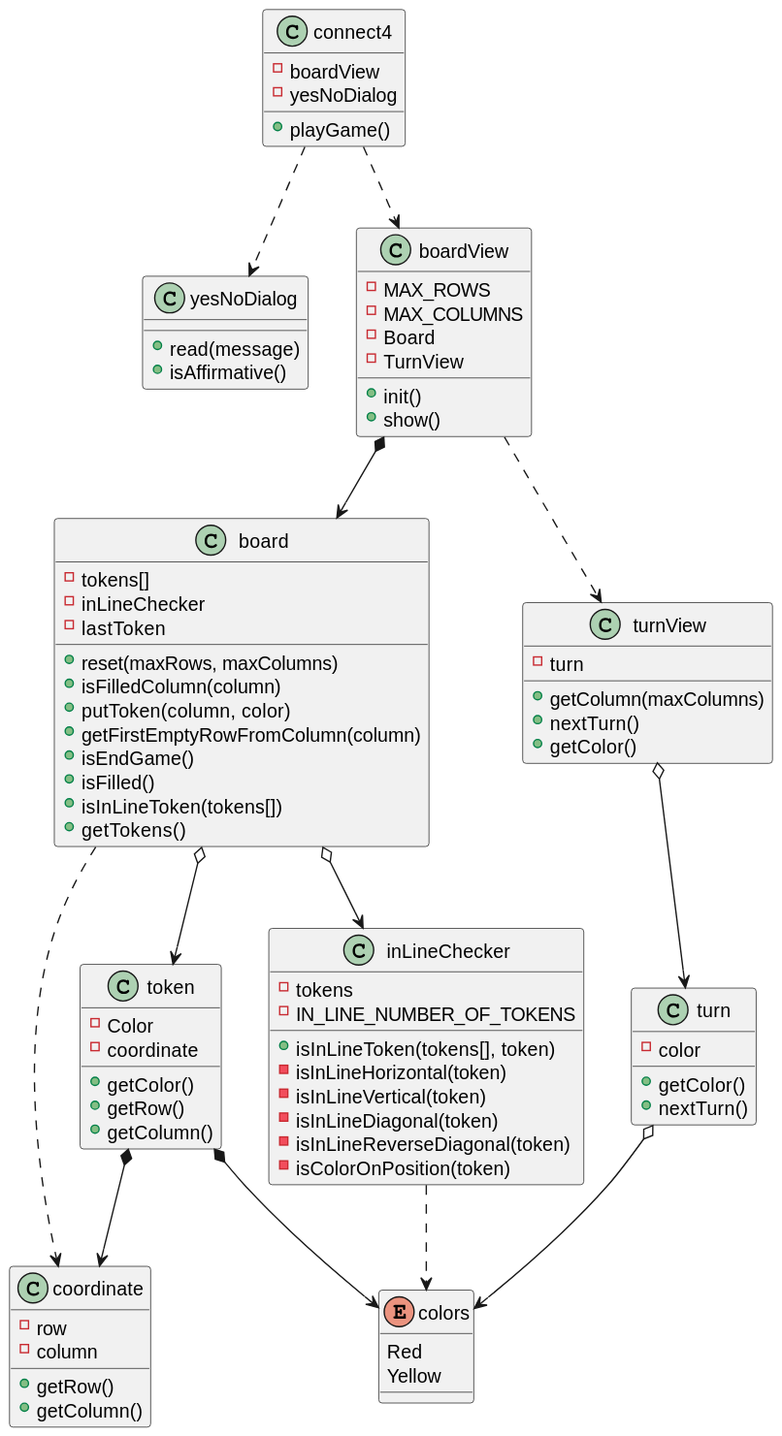
jumpering/connect4 keeps this PlantUML diagram as out/UML/softwareModel/softwareModel.svg. Above is the earlier version.
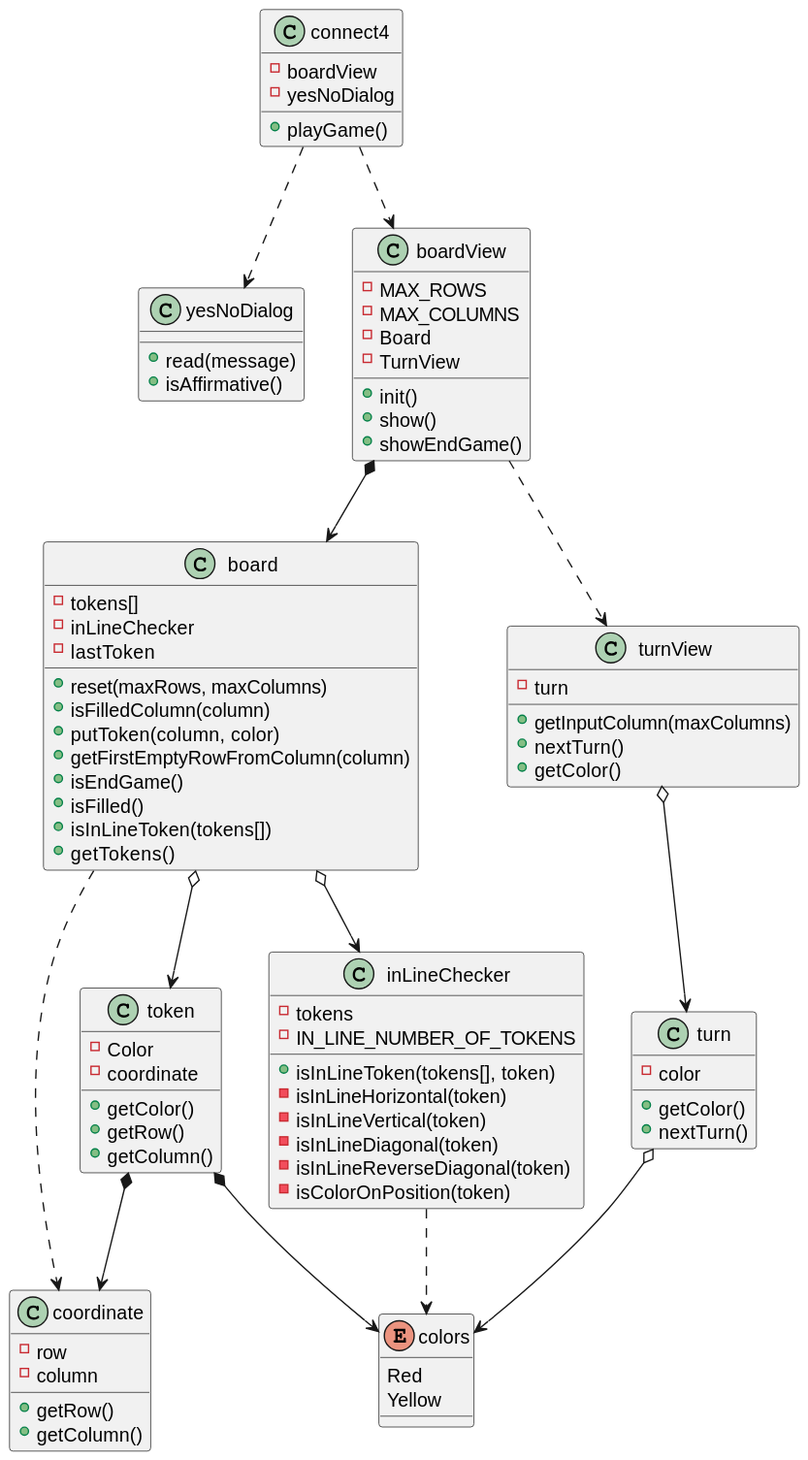
Later version of the same file.

Commit message:
refactor turnView and some method names + UML

The edit, as a diff of the source:
```diff
@@ -29,6 +29,7 @@
     - TurnView
     + init()
     + show()
+    + showEndGame()
 }
 class inLineChecker{
     - tokens
@@ -58,7 +59,7 @@
 
 class turnView{
     - turn
-    + getColumn(maxColumns)
+    + getInputColumn(maxColumns)
     + nextTurn()
     + getColor()
 }
```
